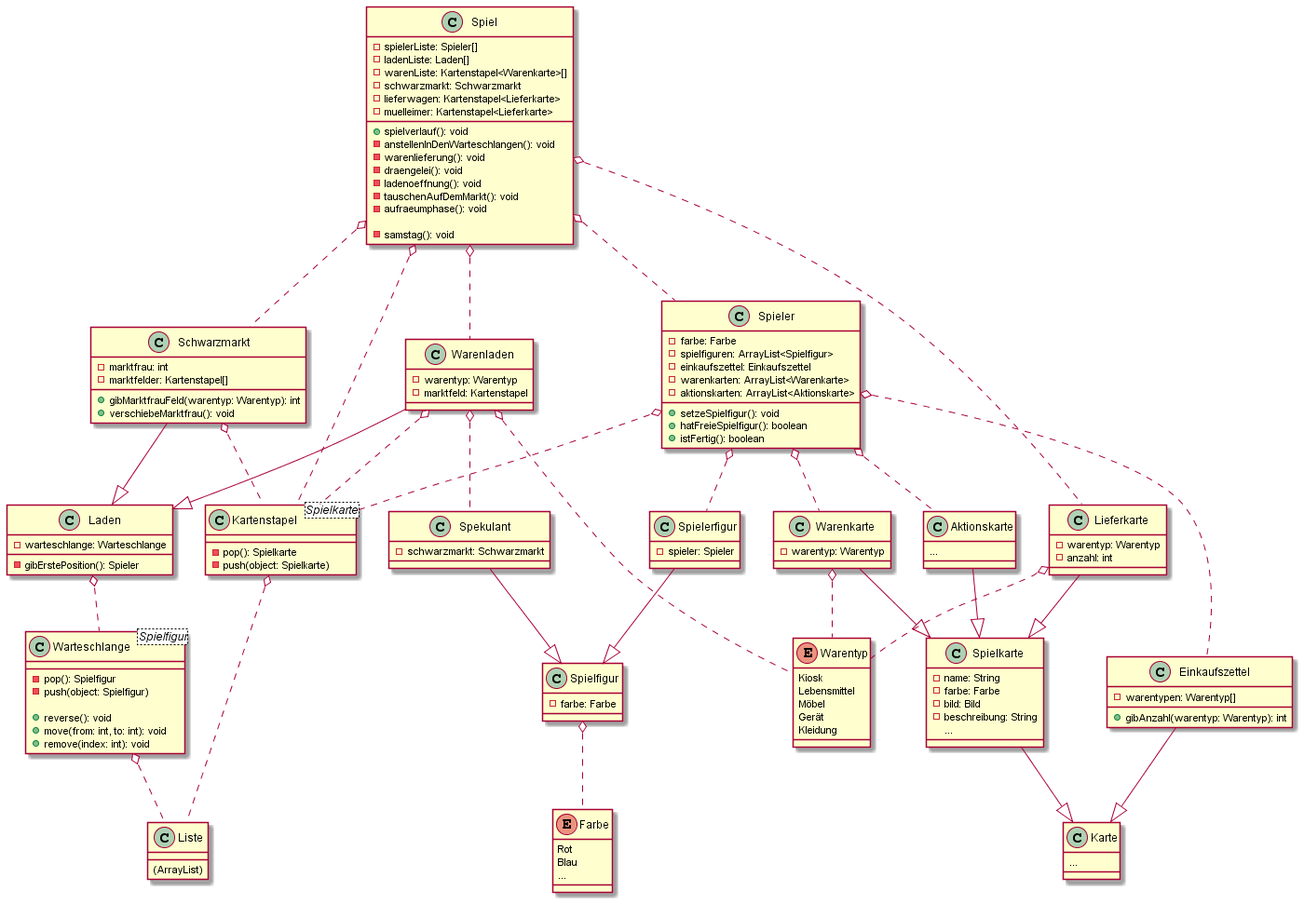
Before: docs/diagrams/out/classes/classes.png, a diagram exported from PlantUML (Robintobin/Kolejka). Its diagram source:
```plantuml
@startuml
!include architecture_overview.wsd

class Spiel {
    -spielerListe: Spieler[]
    -ladenListe: Laden[]
    -warenListe: Kartenstapel<Warenkarte>[]
    -schwarzmarkt: Schwarzmarkt
    -lieferwagen: Kartenstapel<Lieferkarte>
    -muelleimer: Kartenstapel<Lieferkarte>

    +spielverlauf(): void
    -anstellenInDenWarteschlangen(): void
    -warenlieferung(): void
    -draengelei(): void
    -ladenoeffnung(): void
    -tauschenAufDemMarkt(): void
    -aufraeumphase(): void

    -samstag(): void
}
class Spieler {
    -farbe: Farbe
    -spielfiguren: ArrayList<Spielfigur>
    -einkaufszettel: Einkaufszettel
    -warenkarten: ArrayList<Warenkarte>
    -aktionskarten: ArrayList<Aktionskarte>

    +setzeSpielfigur(): void
    +hatFreieSpielfigur(): boolean
    +istFertig(): boolean
}
class Spekulant {
    -schwarzmarkt: Schwarzmarkt
}
class Spielerfigur {
    -spieler: Spieler
}
class Spielfigur {
    -farbe: Farbe
}
class Liste {
    (ArrayList)
}
class Kartenstapel<Spielkarte> {
    -pop(): Spielkarte
    -push(object: Spielkarte)
}
class Warteschlange<Spielfigur> {
    -pop(): Spielfigur
    -push(object: Spielfigur)

    +reverse(): void
    +move(from: int, to: int): void
    +remove(index: int): void
}
class Karte {
    ...
}
class Spielkarte {
    -name: String
    -farbe: Farbe
    -bild: Bild
    -beschreibung: String
    ...
}
class Einkaufszettel {
    -warentypen: Warentyp[]

    +gibAnzahl(warentyp: Warentyp): int
}
class Warenkarte {
    -warentyp: Warentyp
}
class Lieferkarte {
    -warentyp: Warentyp
    -anzahl: int
}
class Aktionskarte {
    ...
}
class Laden {
    -warteschlange: Warteschlange
    -gibErstePosition(): Spieler

}
class Warenladen {
    -warentyp: Warentyp
    -marktfeld: Kartenstapel

}
class Schwarzmarkt {
    -marktfrau: int
    -marktfelder: Kartenstapel[]

    +gibMarktfrauFeld(warentyp: Warentyp): int
    +verschiebeMarktfrau(): void
}
@enduml
```
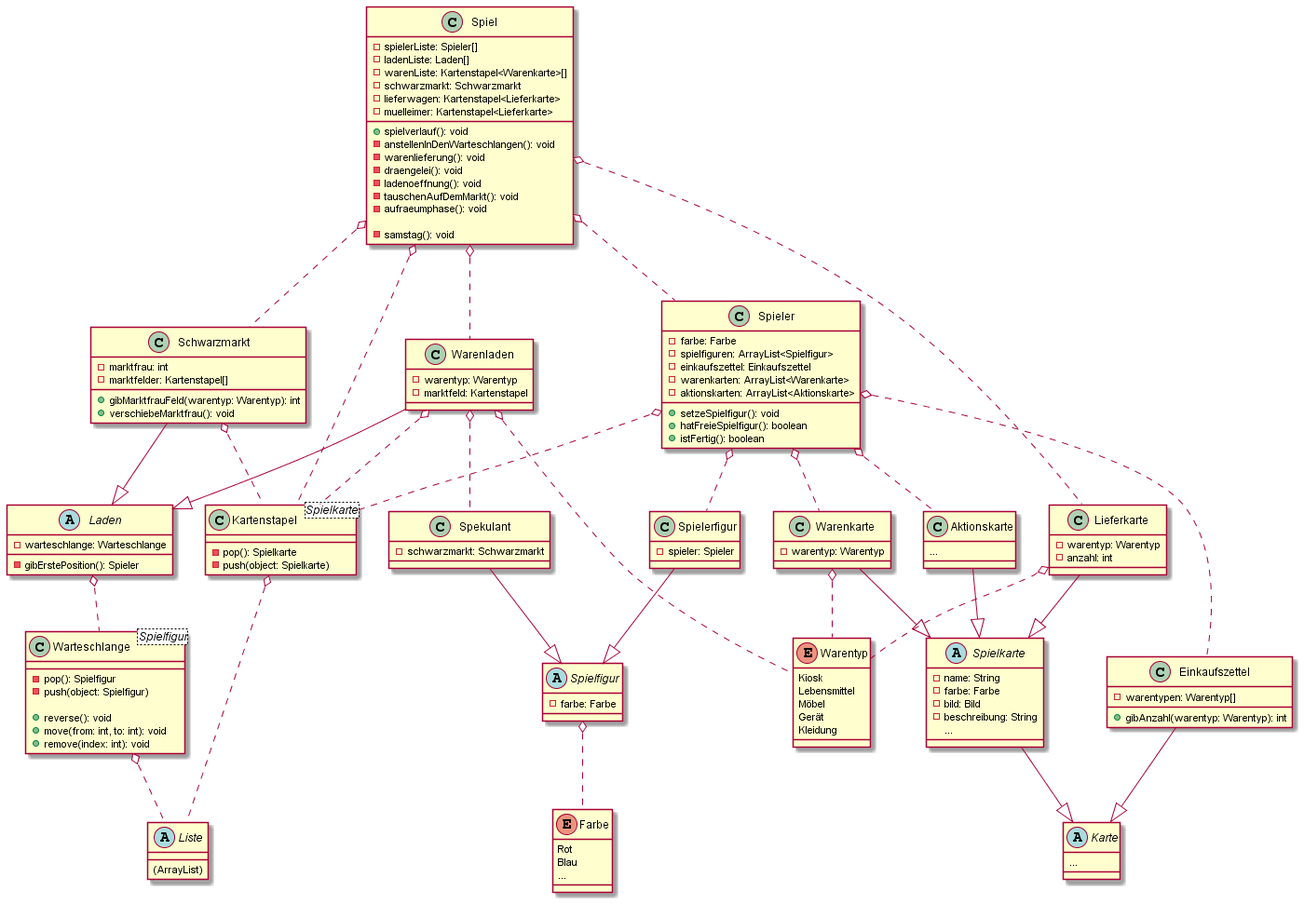
After the commit.

Commit message:
Modify UML-Diagrams

The edit, as a diff of the source:
```diff
@@ -36,10 +36,10 @@
 class Spielerfigur {
     -spieler: Spieler
 }
-class Spielfigur {
+abstract class Spielfigur {
     -farbe: Farbe
 }
-class Liste {
+abstract class Liste {
     (ArrayList)
 }
 class Kartenstapel<Spielkarte> {
@@ -54,10 +54,10 @@
     +move(from: int, to: int): void
     +remove(index: int): void
 }
-class Karte {
+abstract class Karte {
     ...
 }
-class Spielkarte {
+abstract class Spielkarte {
     -name: String
     -farbe: Farbe
     -bild: Bild
@@ -79,7 +79,7 @@
 class Aktionskarte {
     ...
 }
-class Laden {
+abstract class Laden {
     -warteschlange: Warteschlange
     -gibErstePosition(): Spieler
 
```
